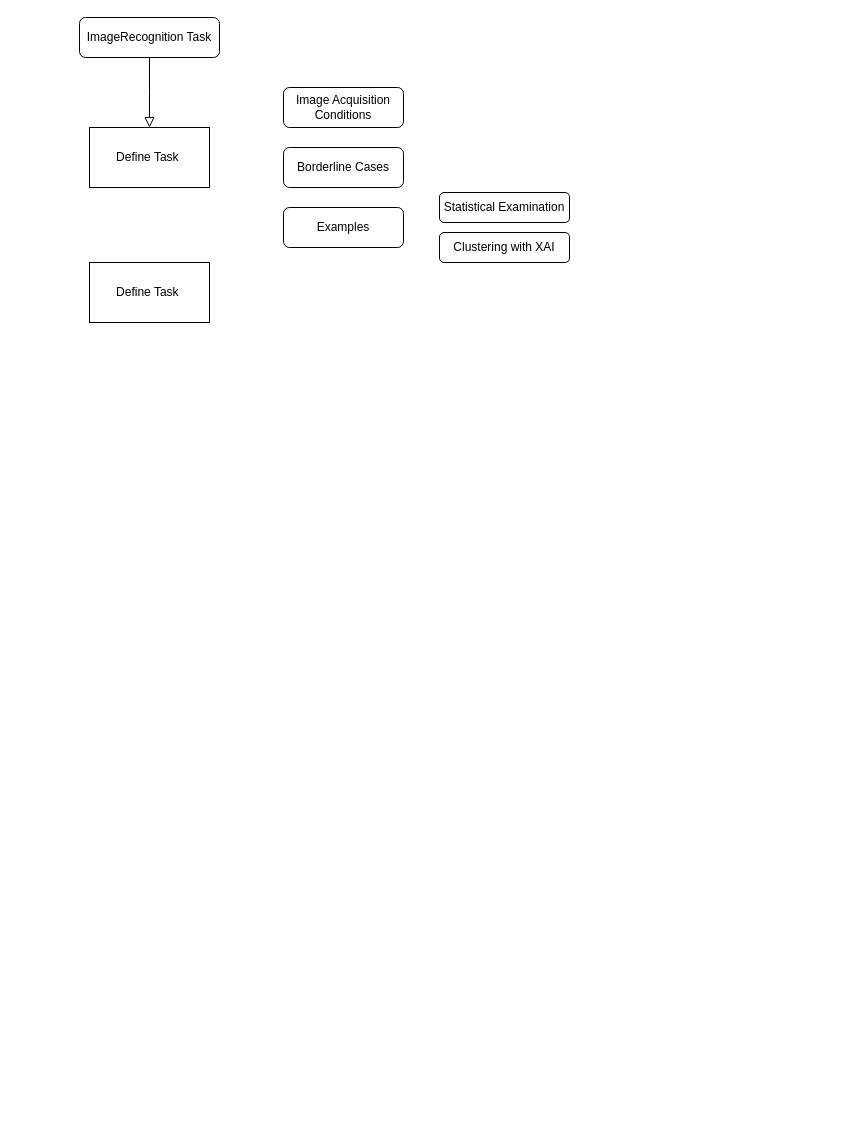
Earlier version of the draw.io diagram Unbenanntes Diagramm.drawio (jwiggerthale/Safe_AutoML). Source tidied: cells renumbered, new cells numbered last; positions are measured from the earlier drawing's top-left corner, leaving out a move shared by most shapes. Both pictures are drawn from the tidied source at 100%, with x=0, y=0 at pixel (79, 17).
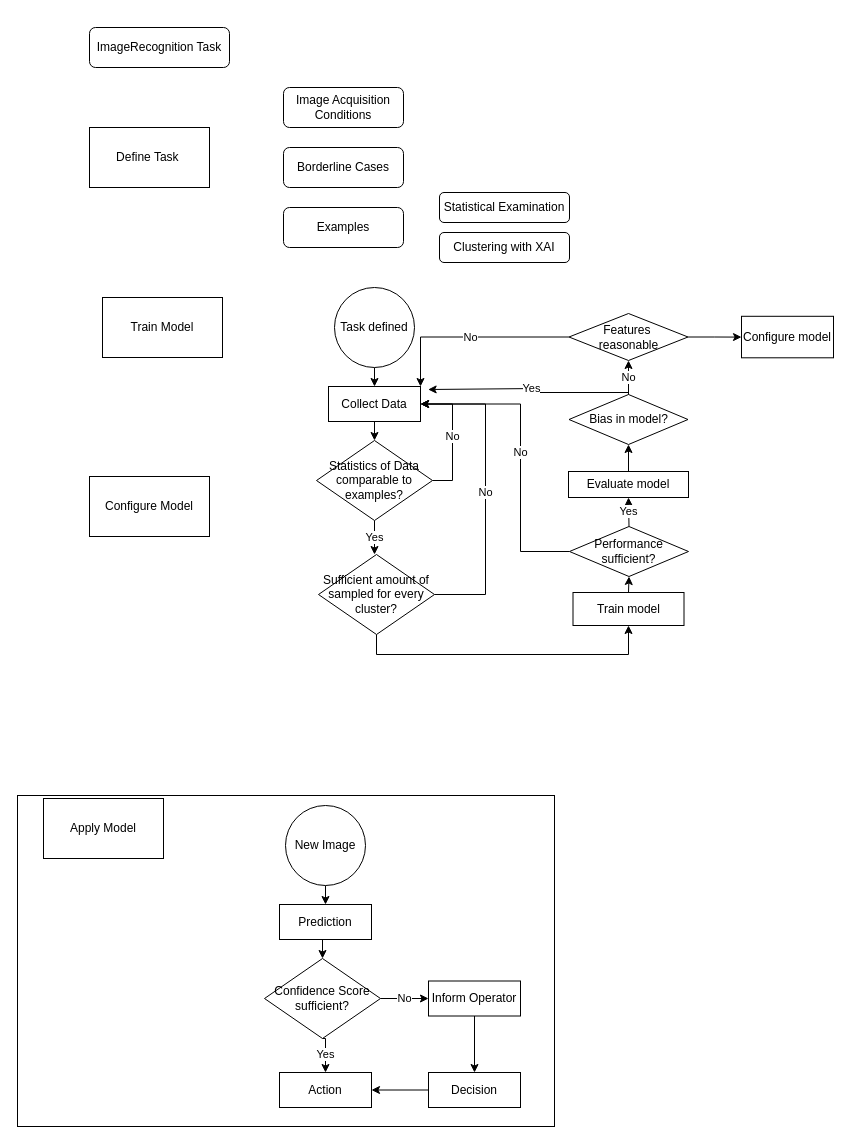
The same diagram, later.

What changed in the source:
```diff
@@
-    <mxCell id="2" style="rounded=0;html=1;jettySize=auto;fontSize=11;endArrow=block;endFill=0;endSize=8;strokeWidth=1;shadow=0;labelBackgroundColor=none;edgeStyle=orthogonalEdgeStyle;" parent="1" edge="1" source="3">
-      <mxGeometry relative="1" as="geometry">
-        <mxPoint x="70" y="110" as="targetPoint" />
-      </mxGeometry>
-    </mxCell>
-    <mxCell id="3" value="ImageRecognition Task" style="rounded=1;whiteSpace=wrap;html=1;fontSize=12;glass=0;strokeWidth=1;shadow=0;" parent="1" vertex="1">
-      <mxGeometry width="140" height="40" as="geometry" />
-    </mxCell>
-    <mxCell id="4" value="Image Acquisition Conditions" style="rounded=1;whiteSpace=wrap;html=1;fontSize=12;glass=0;strokeWidth=1;shadow=0;" parent="1" vertex="1">
-      <mxGeometry x="204" y="70" width="120" height="40" as="geometry" />
-    </mxCell>
@@
-    <mxCell id="6" value="&lt;div&gt;Examples&lt;/div&gt;" style="rounded=1;whiteSpace=wrap;html=1;fontSize=12;glass=0;strokeWidth=1;shadow=0;" parent="1" vertex="1">
-      <mxGeometry x="204" y="190" width="120" height="40" as="geometry" />
-    </mxCell>
-    <mxCell id="7" value="Borderline Cases" style="rounded=1;whiteSpace=wrap;html=1;fontSize=12;glass=0;strokeWidth=1;shadow=0;" parent="1" vertex="1">
-      <mxGeometry x="204" y="130" width="120" height="40" as="geometry" />
-    </mxCell>
@@
-    <mxCell id="10" value="Define Task&amp;nbsp;" style="rounded=0;whiteSpace=wrap;html=1;" parent="1" vertex="1">
-      <mxGeometry x="10" y="245" width="120" height="60" as="geometry" />
+    <mxCell id="10" value="Train Model" style="rounded=0;whiteSpace=wrap;html=1;" parent="1" vertex="1">
+      <mxGeometry x="23" y="280" width="120" height="60" as="geometry" />
     </mxCell>
+    <mxCell id="11" style="group;" parent="1" vertex="1">
+      <mxGeometry x="204" y="70" width="120" height="160" as="geometry" />
+    </mxCell>
+    <mxCell id="4" value="Image Acquisition Conditions" style="rounded=1;whiteSpace=wrap;html=1;fontSize=12;glass=0;strokeWidth=1;shadow=0;" parent="11" vertex="1">
+      <mxGeometry width="120" height="40" as="geometry" />
+    </mxCell>
+    <mxCell id="6" value="&lt;div&gt;Examples&lt;/div&gt;" style="rounded=1;whiteSpace=wrap;html=1;fontSize=12;glass=0;strokeWidth=1;shadow=0;" parent="11" vertex="1">
+      <mxGeometry y="120" width="120" height="40" as="geometry" />
+    </mxCell>
+    <mxCell id="7" value="Borderline Cases" style="rounded=1;whiteSpace=wrap;html=1;fontSize=12;glass=0;strokeWidth=1;shadow=0;" parent="11" vertex="1">
+      <mxGeometry y="60" width="120" height="40" as="geometry" />
+    </mxCell>
+    <mxCell id="12" value="Configure Model" style="rounded=0;whiteSpace=wrap;html=1;" parent="1" vertex="1">
+      <mxGeometry x="10" y="459" width="120" height="60" as="geometry" />
+    </mxCell>
+    <mxCell id="3" value="ImageRecognition Task" style="rounded=1;whiteSpace=wrap;html=1;fontSize=12;glass=0;strokeWidth=1;shadow=0;" parent="1" vertex="1">
+      <mxGeometry x="10" y="10" width="140" height="40" as="geometry" />
+    </mxCell>
+    <mxCell id="13" style="edgeStyle=orthogonalEdgeStyle;rounded=0;jettySize=auto;html=1;exitX=0.5;exitY=1;exitDx=0;exitDy=0;entryX=0.5;entryY=0;entryDx=0;entryDy=0;" parent="1" edge="1" source="14" target="16">
+      <mxGeometry relative="1" as="geometry" />
+    </mxCell>
+    <mxCell id="14" value="Task defined" style="ellipse;whiteSpace=wrap;html=1;" parent="1" vertex="1">
+      <mxGeometry x="255" y="270" width="80" height="80" as="geometry" />
+    </mxCell>
+    <mxCell id="15" style="edgeStyle=orthogonalEdgeStyle;rounded=0;jettySize=auto;html=1;exitX=0.5;exitY=1;exitDx=0;exitDy=0;entryX=0.5;entryY=0;entryDx=0;entryDy=0;" parent="1" edge="1" source="16" target="19">
+      <mxGeometry relative="1" as="geometry" />
+    </mxCell>
+    <mxCell id="16" value="Collect Data" style="rounded=0;whiteSpace=wrap;html=1;" parent="1" vertex="1">
+      <mxGeometry x="249" y="369" width="92" height="35" as="geometry" />
+    </mxCell>
+    <mxCell id="17" value="No" style="edgeStyle=orthogonalEdgeStyle;rounded=0;jettySize=auto;html=1;exitX=1;exitY=0.5;exitDx=0;exitDy=0;entryX=1;entryY=0.5;entryDx=0;entryDy=0;" parent="1" edge="1" source="19" target="16">
+      <mxGeometry relative="1" as="geometry" />
+    </mxCell>
+    <mxCell id="18" value="Yes" style="edgeStyle=orthogonalEdgeStyle;rounded=0;jettySize=auto;html=1;exitX=0.5;exitY=1;exitDx=0;exitDy=0;entryX=0.5;entryY=0;entryDx=0;entryDy=0;" parent="1" edge="1" source="19">
+      <mxGeometry relative="1" as="geometry">
+        <mxPoint x="295" y="537" as="targetPoint" />
+      </mxGeometry>
+    </mxCell>
+    <mxCell id="19" value="Statistics of Data comparable to examples?" style="rhombus;whiteSpace=wrap;html=1;" parent="1" vertex="1">
+      <mxGeometry x="237" y="423" width="116" height="80" as="geometry" />
+    </mxCell>
+    <mxCell id="20" style="group;" parent="1" vertex="1">
+      <mxGeometry x="-62" y="778" width="537" height="331" as="geometry" />
+    </mxCell>
+    <mxCell id="21" style="rounded=0;whiteSpace=wrap;html=1;" parent="20" vertex="1">
+      <mxGeometry width="537" height="331" as="geometry" />
+    </mxCell>
+    <mxCell id="22" value="Apply Model" style="rounded=0;whiteSpace=wrap;html=1;" parent="20" vertex="1">
+      <mxGeometry x="26" y="3" width="120" height="60" as="geometry" />
+    </mxCell>
+    <mxCell id="23" style="edgeStyle=orthogonalEdgeStyle;rounded=0;jettySize=auto;html=1;exitX=0.5;exitY=1;exitDx=0;exitDy=0;entryX=0.5;entryY=0;entryDx=0;entryDy=0;" parent="20" edge="1" source="24" target="26">
+      <mxGeometry relative="1" as="geometry" />
+    </mxCell>
+    <mxCell id="24" value="New Image" style="ellipse;whiteSpace=wrap;html=1;" parent="20" vertex="1">
+      <mxGeometry x="268" y="10" width="80" height="80" as="geometry" />
+    </mxCell>
+    <mxCell id="25" style="edgeStyle=orthogonalEdgeStyle;rounded=0;jettySize=auto;html=1;exitX=0.5;exitY=1;exitDx=0;exitDy=0;entryX=0.5;entryY=0;entryDx=0;entryDy=0;" parent="20" edge="1" source="26" target="29">
+      <mxGeometry relative="1" as="geometry" />
+    </mxCell>
+    <mxCell id="26" value="Prediction" style="rounded=0;whiteSpace=wrap;html=1;" parent="20" vertex="1">
+      <mxGeometry x="262" y="109" width="92" height="35" as="geometry" />
+    </mxCell>
+    <mxCell id="27" value="No" style="edgeStyle=orthogonalEdgeStyle;rounded=0;jettySize=auto;html=1;exitX=1;exitY=0.5;exitDx=0;exitDy=0;entryX=0;entryY=0.5;entryDx=0;entryDy=0;" parent="20" edge="1" source="29" target="32">
+      <mxGeometry relative="1" as="geometry" />
+    </mxCell>
+    <mxCell id="28" value="Yes" style="edgeStyle=orthogonalEdgeStyle;rounded=0;jettySize=auto;html=1;exitX=0.5;exitY=1;exitDx=0;exitDy=0;entryX=0.5;entryY=0;entryDx=0;entryDy=0;" parent="20" edge="1" source="29" target="30">
+      <mxGeometry relative="1" as="geometry" />
+    </mxCell>
+    <mxCell id="29" value="Confidence Score sufficient?" style="rhombus;whiteSpace=wrap;html=1;" parent="20" vertex="1">
+      <mxGeometry x="247" y="163" width="116" height="80" as="geometry" />
+    </mxCell>
+    <mxCell id="30" value="Action" style="rounded=0;whiteSpace=wrap;html=1;" parent="20" vertex="1">
+      <mxGeometry x="262" y="277" width="92" height="35" as="geometry" />
+    </mxCell>
+    <mxCell id="31" style="edgeStyle=orthogonalEdgeStyle;rounded=0;jettySize=auto;html=1;exitX=0.5;exitY=1;exitDx=0;exitDy=0;entryX=0.5;entryY=0;entryDx=0;entryDy=0;" parent="20" edge="1" source="32" target="34">
+      <mxGeometry relative="1" as="geometry" />
+    </mxCell>
+    <mxCell id="32" value="Inform Operator" style="rounded=0;whiteSpace=wrap;html=1;" parent="20" vertex="1">
+      <mxGeometry x="411" y="185.5" width="92" height="35" as="geometry" />
+    </mxCell>
+    <mxCell id="33" style="edgeStyle=orthogonalEdgeStyle;rounded=0;jettySize=auto;html=1;exitX=0;exitY=0.5;exitDx=0;exitDy=0;entryX=1;entryY=0.5;entryDx=0;entryDy=0;" parent="20" edge="1" source="34" target="30">
+      <mxGeometry relative="1" as="geometry" />
+    </mxCell>
+    <mxCell id="34" value="Decision" style="rounded=0;whiteSpace=wrap;html=1;" parent="20" vertex="1">
+      <mxGeometry x="411" y="277" width="92" height="35" as="geometry" />
+    </mxCell>
+    <mxCell id="35" value="No" style="edgeStyle=orthogonalEdgeStyle;rounded=0;jettySize=auto;html=1;exitX=1;exitY=0.5;exitDx=0;exitDy=0;entryX=1;entryY=0.5;entryDx=0;entryDy=0;" parent="1" edge="1" source="37" target="16">
+      <mxGeometry relative="1" as="geometry">
+        <Array as="points">
+          <mxPoint x="406" y="577" />
+          <mxPoint x="406" y="387" />
+        </Array>
+      </mxGeometry>
+    </mxCell>
+    <mxCell id="36" style="edgeStyle=orthogonalEdgeStyle;rounded=0;jettySize=auto;html=1;exitX=0.5;exitY=1;exitDx=0;exitDy=0;entryX=0.5;entryY=1;entryDx=0;entryDy=0;" parent="1" edge="1" source="37" target="39">
+      <mxGeometry relative="1" as="geometry" />
+    </mxCell>
+    <mxCell id="37" value="Sufficient amount of sampled for every cluster?" style="rhombus;whiteSpace=wrap;html=1;" parent="1" vertex="1">
+      <mxGeometry x="239" y="537" width="116" height="80" as="geometry" />
+    </mxCell>
+    <mxCell id="38" style="edgeStyle=orthogonalEdgeStyle;rounded=0;jettySize=auto;html=1;exitX=0.5;exitY=0;exitDx=0;exitDy=0;entryX=0.5;entryY=1;entryDx=0;entryDy=0;" parent="1" edge="1" source="39" target="42">
+      <mxGeometry relative="1" as="geometry" />
+    </mxCell>
+    <mxCell id="39" value="Train model" style="rounded=0;whiteSpace=wrap;html=1;" parent="1" vertex="1">
+      <mxGeometry x="493.5" y="575" width="111" height="33" as="geometry" />
+    </mxCell>
+    <mxCell id="40" value="No" style="edgeStyle=orthogonalEdgeStyle;rounded=0;jettySize=auto;html=1;entryX=1;entryY=0.5;entryDx=0;entryDy=0;exitX=0;exitY=0.5;exitDx=0;exitDy=0;" parent="1" edge="1" source="42" target="16">
+      <mxGeometry relative="1" as="geometry">
+        <Array as="points">
+          <mxPoint x="441" y="534" />
+          <mxPoint x="441" y="387" />
+        </Array>
+      </mxGeometry>
+    </mxCell>
+    <mxCell id="41" value="Yes" style="edgeStyle=orthogonalEdgeStyle;rounded=0;jettySize=auto;html=1;exitX=0.5;exitY=0;exitDx=0;exitDy=0;entryX=0.5;entryY=1;entryDx=0;entryDy=0;" parent="1" edge="1" source="42" target="44">
+      <mxGeometry relative="1" as="geometry" />
+    </mxCell>
+    <mxCell id="42" value="Performance sufficient?" style="rhombus;whiteSpace=wrap;html=1;" parent="1" vertex="1">
+      <mxGeometry x="490" y="509" width="119" height="50" as="geometry" />
+    </mxCell>
+    <mxCell id="43" style="edgeStyle=orthogonalEdgeStyle;rounded=0;jettySize=auto;html=1;exitX=0.5;exitY=0;exitDx=0;exitDy=0;entryX=0.5;entryY=1;entryDx=0;entryDy=0;" parent="1" edge="1" source="44" target="46">
+      <mxGeometry relative="1" as="geometry" />
+    </mxCell>
+    <mxCell id="44" value="Evaluate model" style="rounded=0;whiteSpace=wrap;html=1;" parent="1" vertex="1">
+      <mxGeometry x="489" y="454" width="120" height="26" as="geometry" />
+    </mxCell>
+    <mxCell id="45" value="No" style="edgeStyle=orthogonalEdgeStyle;rounded=0;jettySize=auto;html=1;exitX=0.5;exitY=0;exitDx=0;exitDy=0;entryX=0.5;entryY=1;entryDx=0;entryDy=0;" parent="1" edge="1" source="46" target="49">
+      <mxGeometry relative="1" as="geometry" />
+    </mxCell>
+    <mxCell id="46" value="Bias in model?" style="rhombus;whiteSpace=wrap;html=1;" parent="1" vertex="1">
+      <mxGeometry x="489.5" y="377" width="119" height="50" as="geometry" />
+    </mxCell>
+    <mxCell id="47" value="No" style="edgeStyle=orthogonalEdgeStyle;rounded=0;jettySize=auto;html=1;entryX=1;entryY=0;entryDx=0;entryDy=0;" parent="1" edge="1" source="49" target="16">
+      <mxGeometry relative="1" as="geometry" />
+    </mxCell>
+    <mxCell id="48" style="edgeStyle=orthogonalEdgeStyle;rounded=0;jettySize=auto;html=1;" parent="1" edge="1" source="49" target="51">
+      <mxGeometry relative="1" as="geometry" />
+    </mxCell>
+    <mxCell id="49" value="Features&amp;nbsp;&lt;div&gt;reasonable&lt;/div&gt;" style="rhombus;whiteSpace=wrap;html=1;" parent="1" vertex="1">
+      <mxGeometry x="489.5" y="296" width="119" height="47" as="geometry" />
+    </mxCell>
+    <mxCell id="50" value="Yes" style="edgeStyle=orthogonalEdgeStyle;rounded=0;jettySize=auto;html=1;entryX=1.083;entryY=0.086;entryDx=0;entryDy=0;entryPerimeter=0;" parent="1" edge="1" source="46" target="16">
+      <mxGeometry relative="1" as="geometry">
+        <Array as="points">
+          <mxPoint x="460" y="375" />
+          <mxPoint x="460" y="371" />
+        </Array>
+      </mxGeometry>
+    </mxCell>
+    <mxCell id="51" value="Configure model" style="whiteSpace=wrap;html=1;" parent="1" vertex="1">
+      <mxGeometry x="662" y="298.8" width="92" height="41.5" as="geometry" />
+    </mxCell>
```
